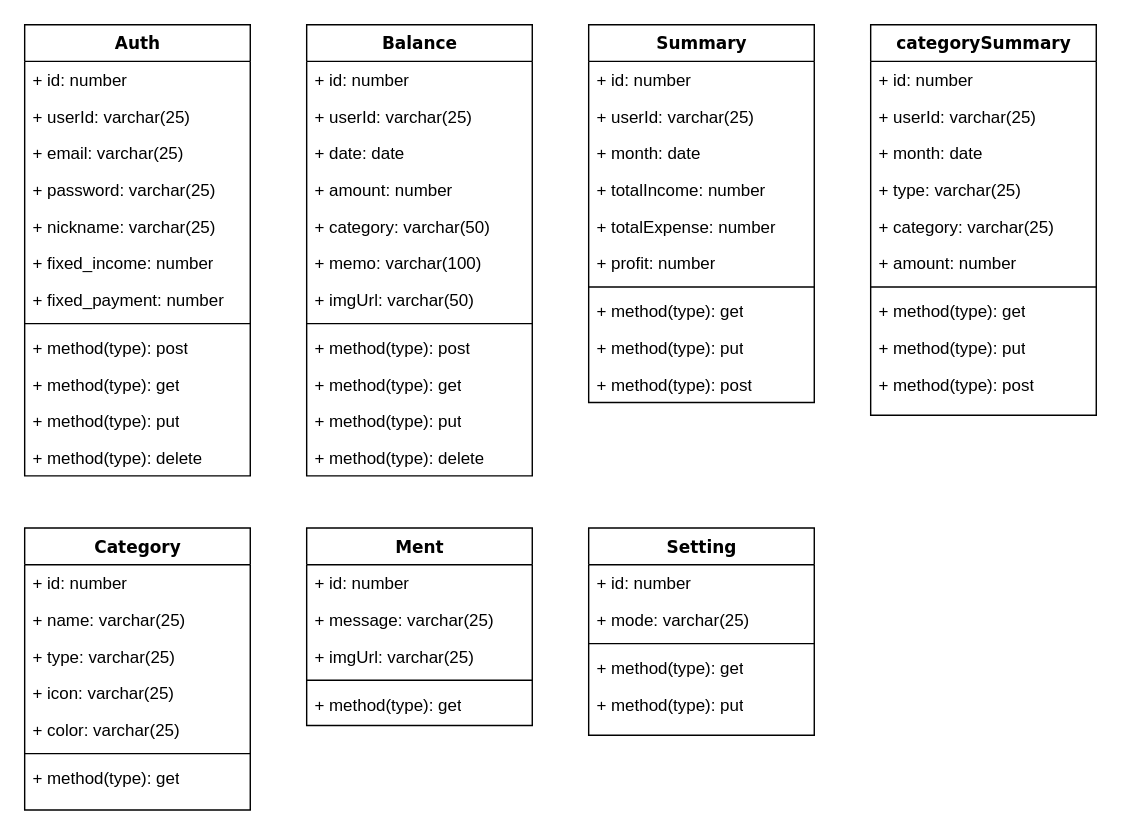
The draw.io diagram 제목 없는 다이어그램.drawio in KB-samwamoney/samwamoney, before the edit. Source tidied: cells renumbered, new cells numbered last; positions are measured from the earlier drawing's top-left corner, leaving out a move shared by most shapes. Both pictures are drawn from the tidied source at 141%, with x=0, y=0 at pixel (24, 24).
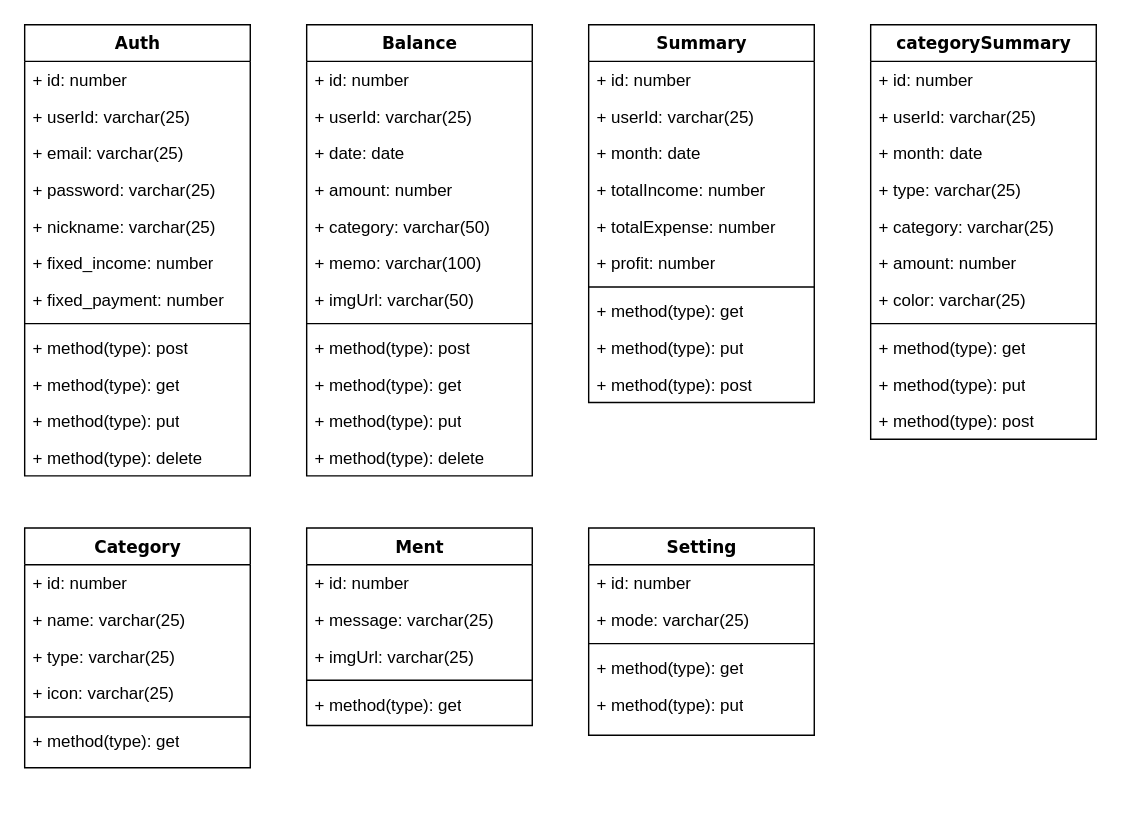
After the change.

Commit message (it also covers changes not shown here):
제목 없는 다이어그램.drawio 업데이트

Change to the diagram source:
```diff
@@
     <mxCell id="39" value="categorySummary" style="swimlane;html=1;fontStyle=1;align=center;verticalAlign=top;horizontal=1;startSize=26;swimlaneFillColor=#ffffff;rounded=0;shadow=0;comic=0;labelBackgroundColor=none;strokeWidth=1;fillColor=none;fontFamily=Verdana;fontSize=12;" parent="1" vertex="1">
-      <mxGeometry x="600" width="160" height="277" as="geometry" />
+      <mxGeometry x="600" width="160" height="294" as="geometry" />
     </mxCell>
@@
+    <mxCell id="67" value="+ color: varchar(25)" style="text;html=1;strokeColor=none;fillColor=none;align=left;verticalAlign=top;spacingLeft=4;spacingRight=4;whiteSpace=wrap;overflow=hidden;" parent="39" vertex="1">
+      <mxGeometry y="182" width="160" height="26" as="geometry" />
+    </mxCell>
     <mxCell id="46" style="line;html=1;strokeWidth=1;fillColor=none;align=left;verticalAlign=middle;spacingTop=-1;spacingLeft=3;spacingRight=3;labelPosition=right;" parent="39" vertex="1">
-      <mxGeometry y="182" width="160" height="8" as="geometry" />
+      <mxGeometry y="208" width="160" height="8" as="geometry" />
     </mxCell>
     <mxCell id="47" value="+ method(type): get" style="text;html=1;strokeColor=none;fillColor=none;align=left;verticalAlign=top;spacingLeft=4;spacingRight=4;whiteSpace=wrap;overflow=hidden;" parent="39" vertex="1">
-      <mxGeometry y="190" width="160" height="26" as="geometry" />
+      <mxGeometry y="216" width="160" height="26" as="geometry" />
     </mxCell>
     <mxCell id="48" value="+ method(type): put" style="text;html=1;strokeColor=none;fillColor=none;align=left;verticalAlign=top;spacingLeft=4;spacingRight=4;whiteSpace=wrap;overflow=hidden;" parent="39" vertex="1">
-      <mxGeometry y="216" width="160" height="26" as="geometry" />
+      <mxGeometry y="242" width="160" height="26" as="geometry" />
     </mxCell>
     <mxCell id="49" value="+ method(type): post" style="text;html=1;strokeColor=none;fillColor=none;align=left;verticalAlign=top;spacingLeft=4;spacingRight=4;whiteSpace=wrap;overflow=hidden;" parent="39" vertex="1">
-      <mxGeometry y="242" width="160" height="26" as="geometry" />
+      <mxGeometry y="268" width="160" height="26" as="geometry" />
     </mxCell>
@@
     <mxCell id="62" value="Category" style="swimlane;html=1;fontStyle=1;align=center;verticalAlign=top;horizontal=1;startSize=26;swimlaneFillColor=#ffffff;rounded=0;shadow=0;comic=0;labelBackgroundColor=none;strokeWidth=1;fillColor=none;fontFamily=Verdana;fontSize=12;" parent="1" vertex="1">
-      <mxGeometry y="357" width="160" height="200" as="geometry" />
+      <mxGeometry y="357" width="160" height="170" as="geometry" />
     </mxCell>
@@
-    <mxCell id="67" value="+ color: varchar(25)" style="text;html=1;strokeColor=none;fillColor=none;align=left;verticalAlign=top;spacingLeft=4;spacingRight=4;whiteSpace=wrap;overflow=hidden;" parent="62" vertex="1">
-      <mxGeometry y="130" width="160" height="26" as="geometry" />
-    </mxCell>
     <mxCell id="68" style="line;html=1;strokeWidth=1;fillColor=none;align=left;verticalAlign=middle;spacingTop=-1;spacingLeft=3;spacingRight=3;labelPosition=right;" parent="62" vertex="1">
-      <mxGeometry y="156" width="160" height="8" as="geometry" />
+      <mxGeometry y="130" width="160" height="8" as="geometry" />
     </mxCell>
     <mxCell id="69" value="+ method(type): get" style="text;html=1;strokeColor=none;fillColor=none;align=left;verticalAlign=top;spacingLeft=4;spacingRight=4;whiteSpace=wrap;overflow=hidden;" parent="62" vertex="1">
-      <mxGeometry y="164" width="160" height="26" as="geometry" />
+      <mxGeometry y="138" width="160" height="26" as="geometry" />
     </mxCell>
```
